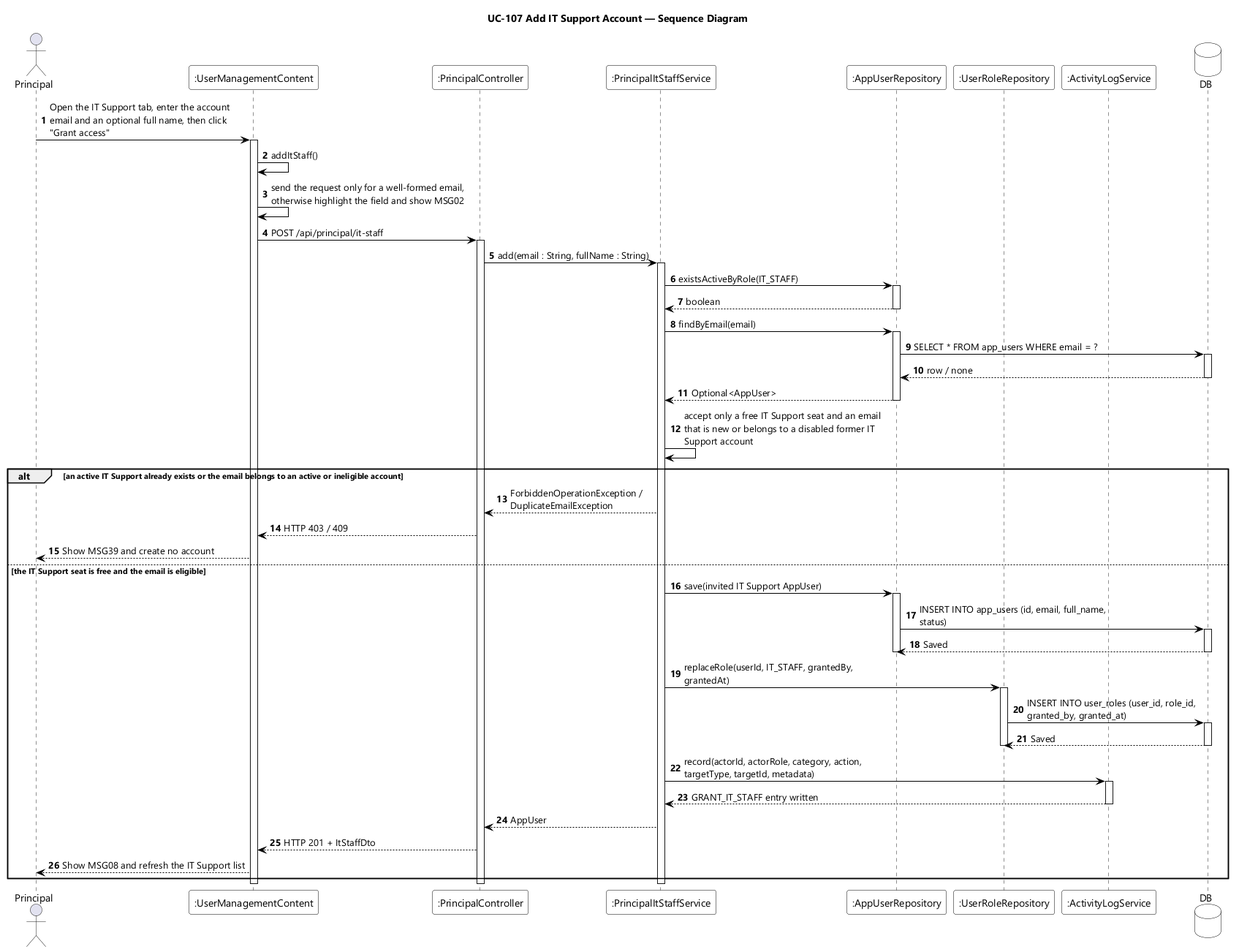
The PlantUML diagram designs/sds-diagrams/uc107/uc107-sequence-diagram.png in EduA-system/EduA-system, before a commit. Source of this version:
```plantuml
@startuml UC-107 Add IT Support Account - Sequence Diagram
skinparamlocked dpi 96
skinparam defaultFontName "Segoe UI"
skinparam shadowing false
skinparam ParticipantBackgroundColor #FFFFFF
skinparam ParticipantBorderColor #000000
skinparam DatabaseBackgroundColor #FFFFFF
skinparam DatabaseBorderColor #000000
skinparam ArrowColor #000000
skinparam sequenceMessageAlign left
skinparam maxMessageSize 280
title UC-107 Add IT Support Account — Sequence Diagram

actor Principal
participant ":UserManagementContent" as UI
participant ":PrincipalController" as CTL
participant ":PrincipalItStaffService" as SVC
participant ":AppUserRepository" as USERS
participant ":UserRoleRepository" as ROLES
participant ":ActivityLogService" as LOG
database DB

autonumber
Principal -> UI : Open the IT Support tab, enter the account email and an optional full name, then click "Grant access"
activate UI
UI -> UI : addItStaff()
UI -> UI : send the request only for a well-formed email, otherwise highlight the field and show MSG02
UI -> CTL : POST /api/principal/it-staff
activate CTL
CTL -> SVC : add(email : String, fullName : String)
activate SVC
SVC -> USERS : existsActiveByRole(IT_STAFF)
activate USERS
USERS --> SVC : boolean
deactivate USERS
SVC -> USERS : findByEmail(email)
activate USERS
USERS -> DB : SELECT * FROM app_users WHERE email = ?
activate DB
DB --> USERS : row / none
deactivate DB
USERS --> SVC : Optional<AppUser>
deactivate USERS
SVC -> SVC : accept only a free IT Support seat and an email that is new or belongs to a disabled former IT Support account

alt an active IT Support already exists or the email belongs to an active or ineligible account
  SVC --> CTL : ForbiddenOperationException / DuplicateEmailException
  CTL --> UI : HTTP 403 / 409
  UI --> Principal : Show MSG39 and create no account
else the IT Support seat is free and the email is eligible
  SVC -> USERS : save(invited IT Support AppUser)
  activate USERS
  USERS -> DB : INSERT INTO app_users (id, email, full_name, status)
  activate DB
  DB --> USERS : Saved
  deactivate DB
  deactivate USERS
  SVC -> ROLES : replaceRole(userId, IT_STAFF, grantedBy, grantedAt)
  activate ROLES
  ROLES -> DB : INSERT INTO user_roles (user_id, role_id, granted_by, granted_at)
  activate DB
  DB --> ROLES : Saved
  deactivate DB
  deactivate ROLES
  SVC -> LOG : record(actorId, actorRole, category, action, targetType, targetId, metadata)
  activate LOG
  LOG --> SVC : GRANT_IT_STAFF entry written
  deactivate LOG
  SVC --> CTL : AppUser
  CTL --> UI : HTTP 201 + ItStaffDto
  UI --> Principal : Show MSG08 and refresh the IT Support list
end
deactivate SVC
deactivate CTL
deactivate UI
@enduml
```
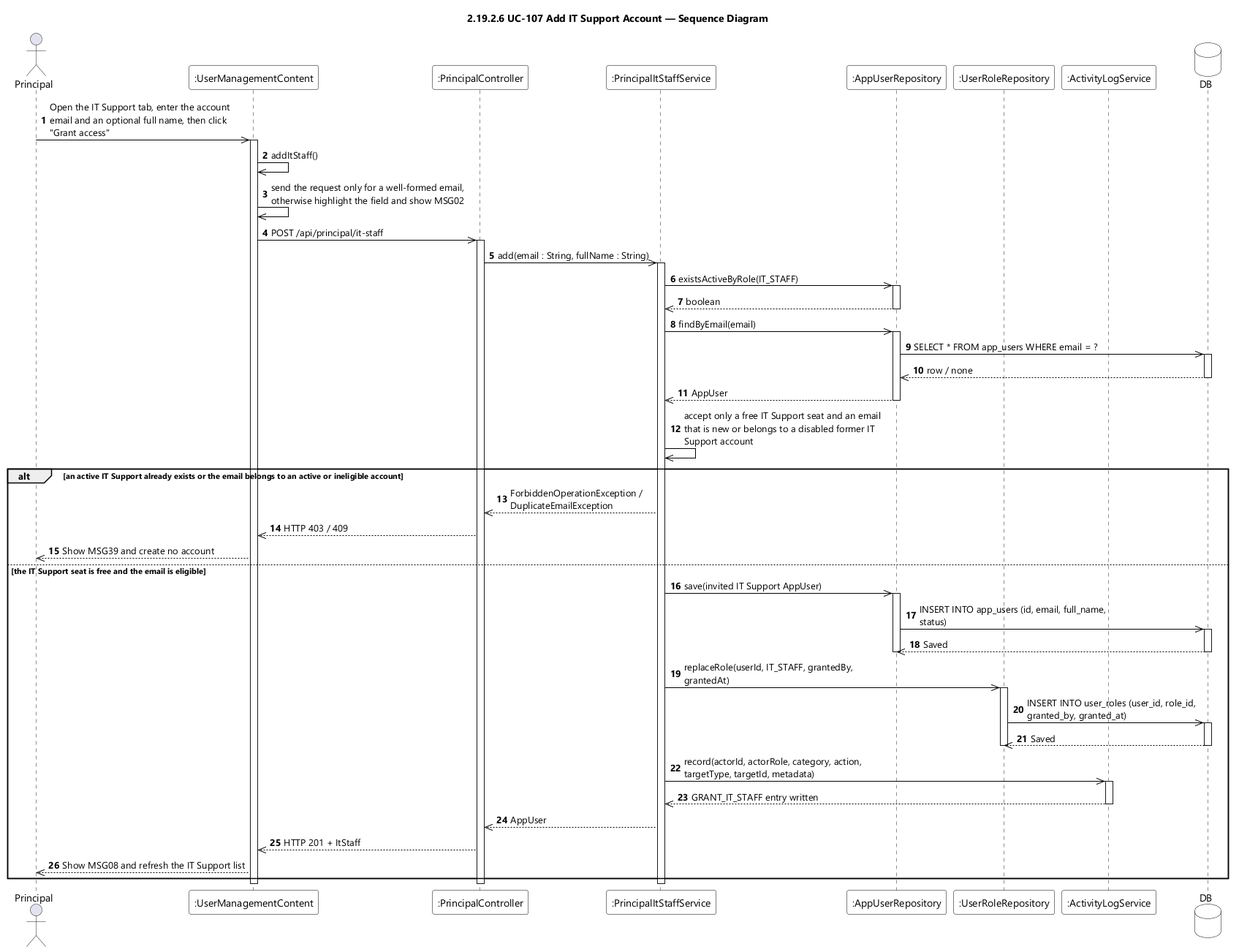
Above is the later version.

Change to the diagram source:
```diff
@@ -9,7 +9,7 @@
 skinparam ArrowColor #000000
 skinparam sequenceMessageAlign left
 skinparam maxMessageSize 280
-title UC-107 Add IT Support Account — Sequence Diagram
+title 2.19.2.6 UC-107 Add IT Support Account — Sequence Diagram
 
 actor Principal
 participant ":UserManagementContent" as UI
@@ -21,54 +21,54 @@
 database DB
 
 autonumber
-Principal -> UI : Open the IT Support tab, enter the account email and an optional full name, then click "Grant access"
+Principal ->> UI : Open the IT Support tab, enter the account email and an optional full name, then click "Grant access"
 activate UI
-UI -> UI : addItStaff()
-UI -> UI : send the request only for a well-formed email, otherwise highlight the field and show MSG02
-UI -> CTL : POST /api/principal/it-staff
+UI ->> UI : addItStaff()
+UI ->> UI : send the request only for a well-formed email, otherwise highlight the field and show MSG02
+UI ->> CTL : POST /api/principal/it-staff
 activate CTL
-CTL -> SVC : add(email : String, fullName : String)
+CTL ->> SVC : add(email : String, fullName : String)
 activate SVC
-SVC -> USERS : existsActiveByRole(IT_STAFF)
+SVC ->> USERS : existsActiveByRole(IT_STAFF)
 activate USERS
-USERS --> SVC : boolean
+USERS -->> SVC : boolean
 deactivate USERS
-SVC -> USERS : findByEmail(email)
+SVC ->> USERS : findByEmail(email)
 activate USERS
-USERS -> DB : SELECT * FROM app_users WHERE email = ?
+USERS ->> DB : SELECT * FROM app_users WHERE email = ?
 activate DB
-DB --> USERS : row / none
+DB -->> USERS : row / none
 deactivate DB
-USERS --> SVC : Optional<AppUser>
+USERS -->> SVC : AppUser
 deactivate USERS
-SVC -> SVC : accept only a free IT Support seat and an email that is new or belongs to a disabled former IT Support account
+SVC ->> SVC : accept only a free IT Support seat and an email that is new or belongs to a disabled former IT Support account
 
 alt an active IT Support already exists or the email belongs to an active or ineligible account
-  SVC --> CTL : ForbiddenOperationException / DuplicateEmailException
-  CTL --> UI : HTTP 403 / 409
-  UI --> Principal : Show MSG39 and create no account
+  SVC -->> CTL : ForbiddenOperationException / DuplicateEmailException
+  CTL -->> UI : HTTP 403 / 409
+  UI -->> Principal : Show MSG39 and create no account
 else the IT Support seat is free and the email is eligible
-  SVC -> USERS : save(invited IT Support AppUser)
+  SVC ->> USERS : save(invited IT Support AppUser)
   activate USERS
-  USERS -> DB : INSERT INTO app_users (id, email, full_name, status)
+  USERS ->> DB : INSERT INTO app_users (id, email, full_name, status)
   activate DB
-  DB --> USERS : Saved
+  DB -->> USERS : Saved
   deactivate DB
   deactivate USERS
-  SVC -> ROLES : replaceRole(userId, IT_STAFF, grantedBy, grantedAt)
+  SVC ->> ROLES : replaceRole(userId, IT_STAFF, grantedBy, grantedAt)
   activate ROLES
-  ROLES -> DB : INSERT INTO user_roles (user_id, role_id, granted_by, granted_at)
+  ROLES ->> DB : INSERT INTO user_roles (user_id, role_id, granted_by, granted_at)
   activate DB
-  DB --> ROLES : Saved
+  DB -->> ROLES : Saved
   deactivate DB
   deactivate ROLES
-  SVC -> LOG : record(actorId, actorRole, category, action, targetType, targetId, metadata)
+  SVC ->> LOG : record(actorId, actorRole, category, action, targetType, targetId, metadata)
   activate LOG
-  LOG --> SVC : GRANT_IT_STAFF entry written
+  LOG -->> SVC : GRANT_IT_STAFF entry written
   deactivate LOG
-  SVC --> CTL : AppUser
-  CTL --> UI : HTTP 201 + ItStaffDto
-  UI --> Principal : Show MSG08 and refresh the IT Support list
+  SVC -->> CTL : AppUser
+  CTL -->> UI : HTTP 201 + ItStaff
+  UI -->> Principal : Show MSG08 and refresh the IT Support list
 end
 deactivate SVC
 deactivate CTL
```
